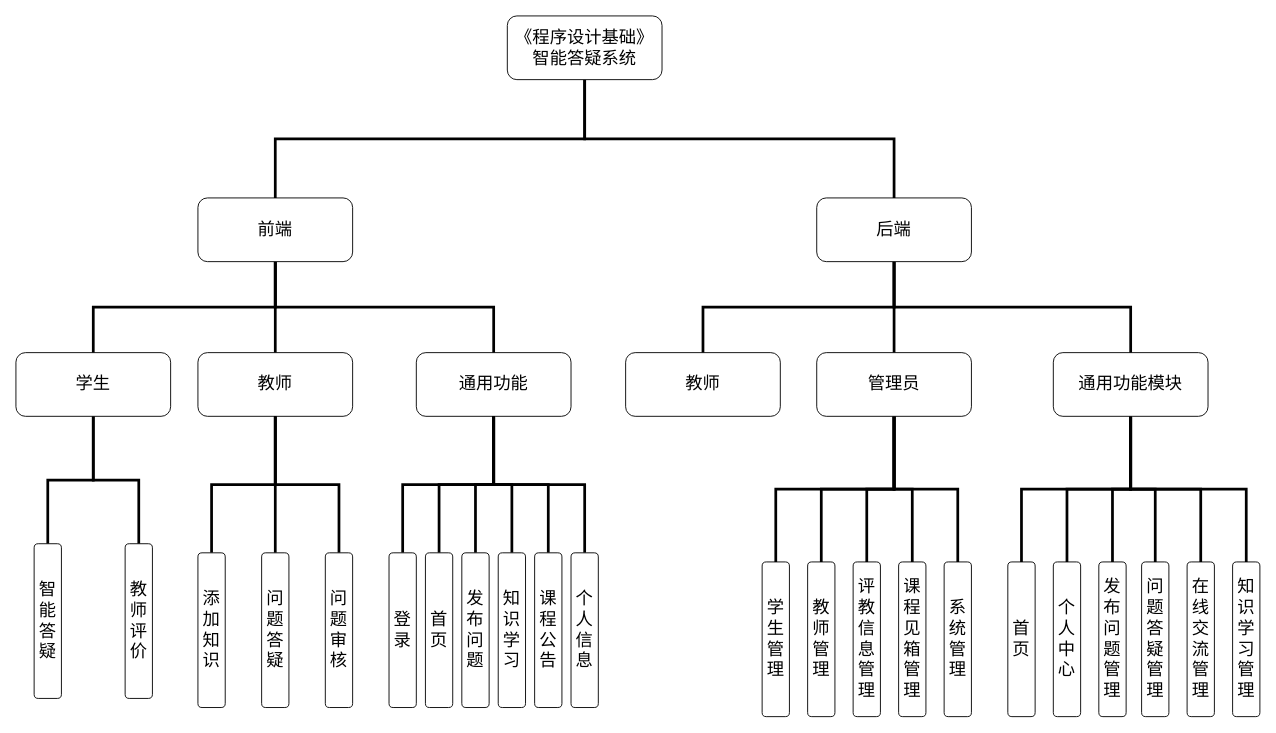
Earlier version of the draw.io diagram 系统结构图.drawio (ov0-0vo/1). Source tidied: cells renumbered, new cells numbered last; positions are measured from the earlier drawing's top-left corner, leaving out a move shared by most shapes. Both pictures are drawn from the tidied source at 91%, with x=0, y=0 at pixel (15, 15).
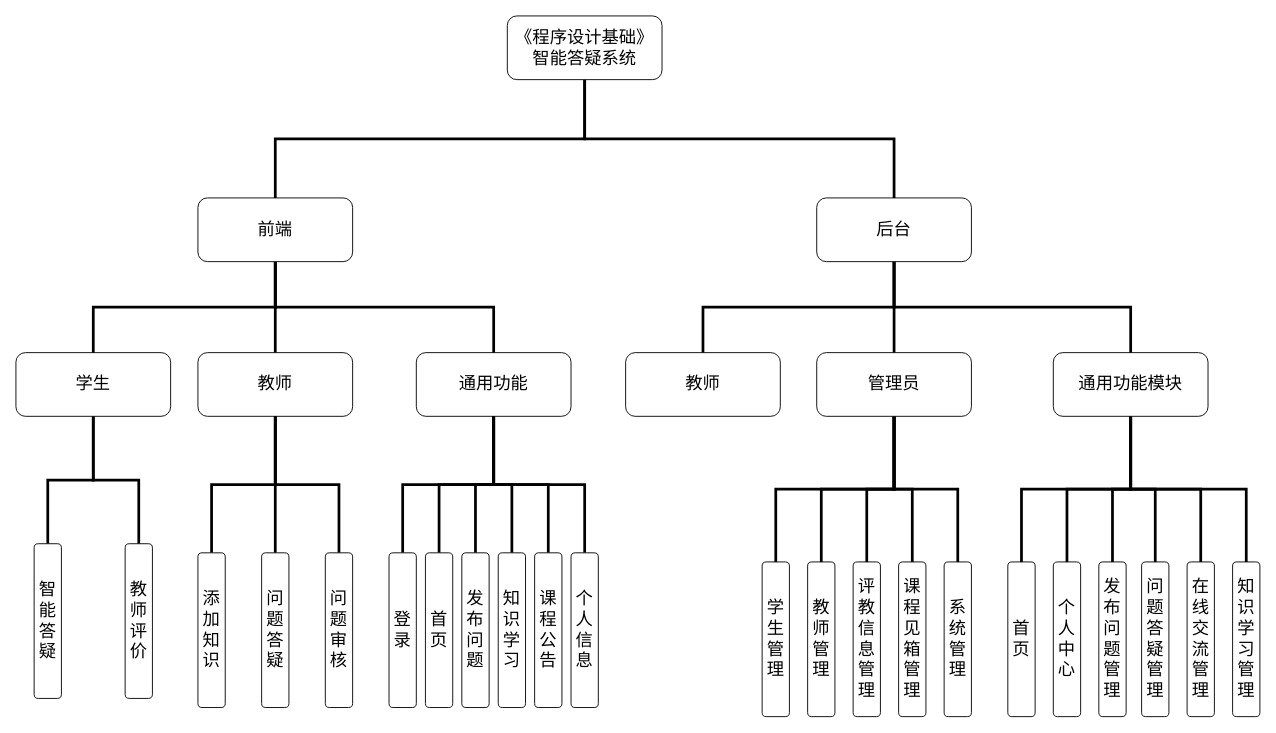
The same page after the edit.

Commit message:
更新系统结构图.drawio

What changed in the source:
```diff
@@
-    <mxCell id="12" value="后端" style="rounded=1;whiteSpace=wrap;html=1;fontSize=19;" parent="1" vertex="1">
+    <mxCell id="12" value="后台" style="rounded=1;whiteSpace=wrap;html=1;fontSize=19;" parent="1" vertex="1">
       <mxGeometry x="880" y="200" width="170" height="70" as="geometry" />
     </mxCell>
```
